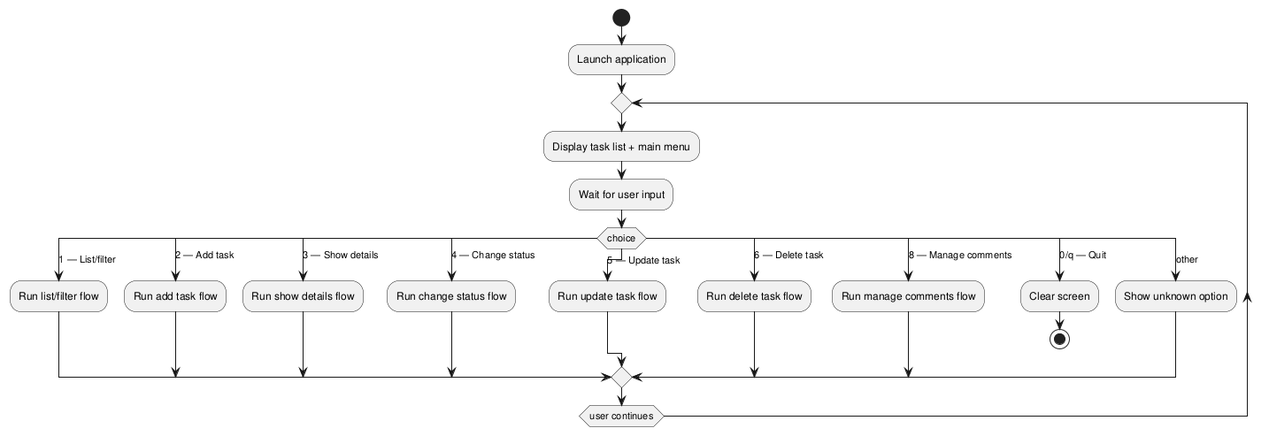
Above: experiments/broadcast/user_stories/TODO/artifacts/activity_diagram.png in DanielRiha8906/Software_autoevolution_using_agents (PlantUML), before the change.
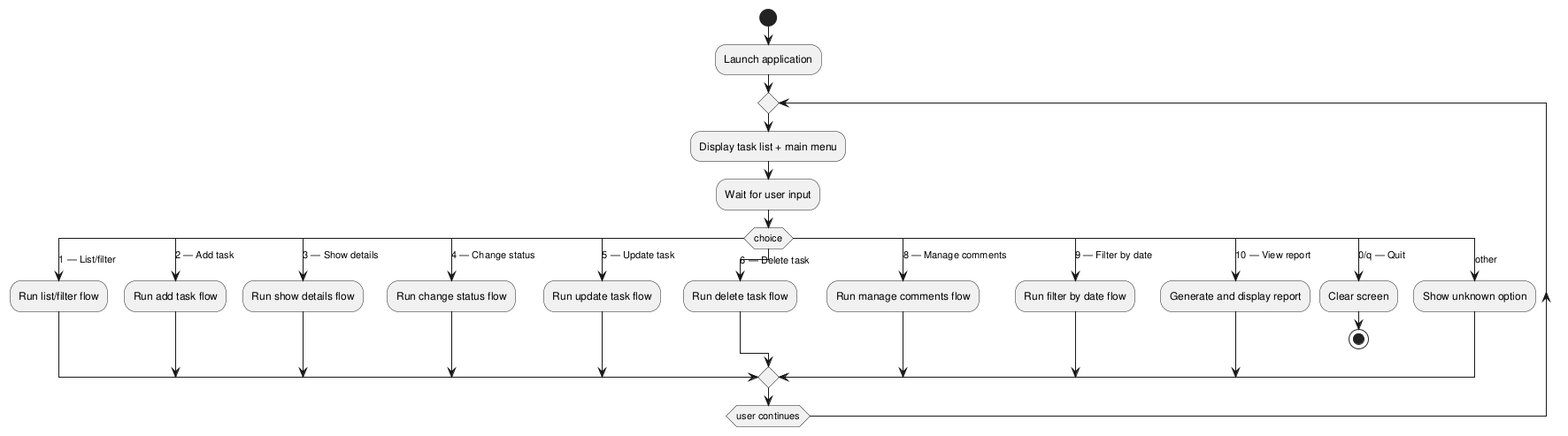
After the commit.

Change to the diagram source:
```diff
@@ -22,6 +22,10 @@
       :Run delete task flow;
     case (8 — Manage comments)
       :Run manage comments flow;
+    case (9 — Filter by date)
+      :Run filter by date flow;
+    case (10 — View report)
+      :Generate and display report;
     case (0/q — Quit)
       :Clear screen;
       stop
```
